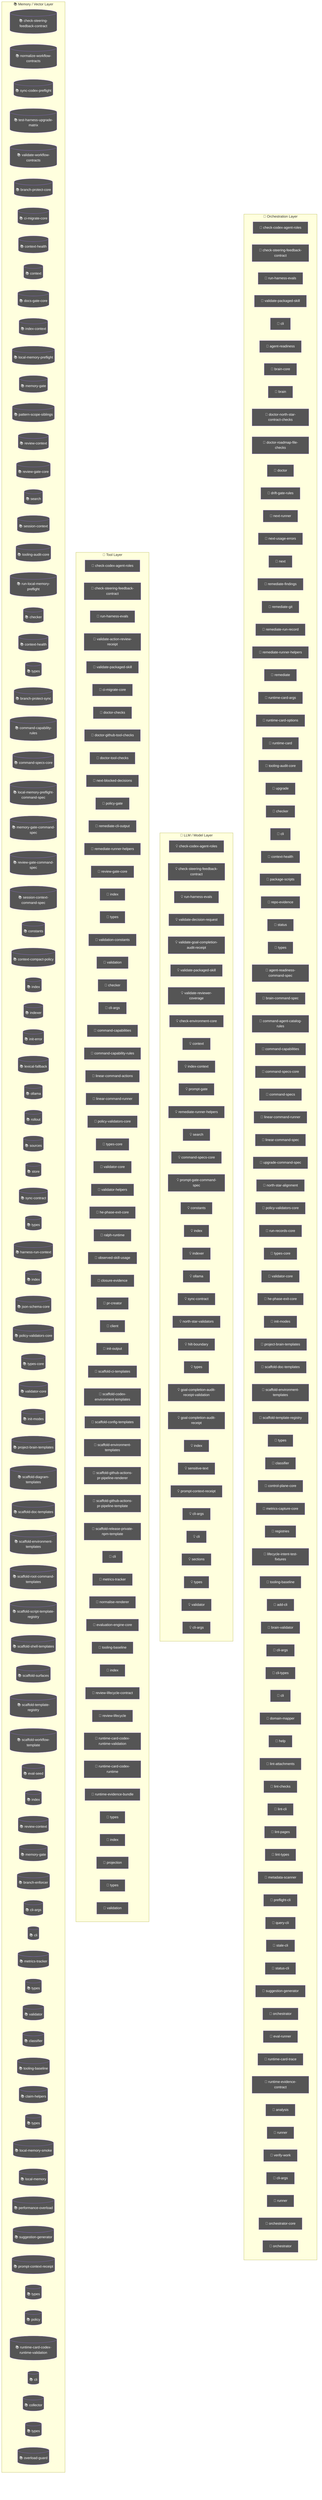
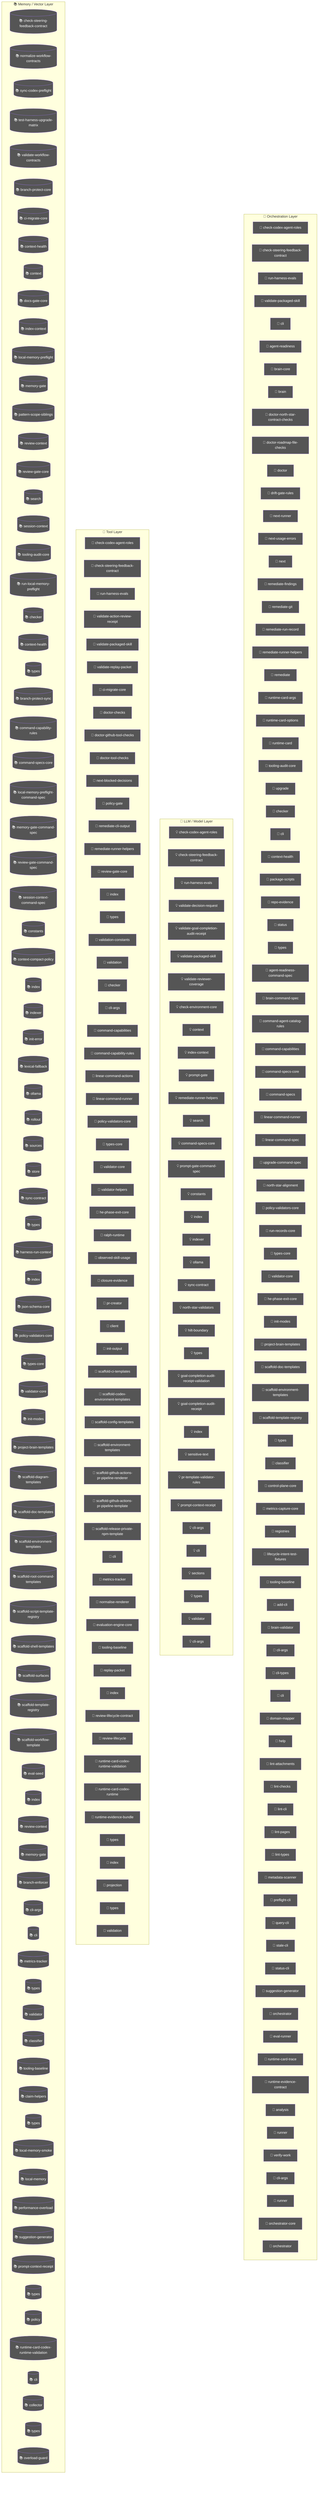
flowchart TD
  subgraph Orchestration["🎯 Orchestration Layer"]
    node_agent_mmd_orchestration_layer_orchestration_chec_7a9f0b64["🤖 check-codex-agent-roles"]
    node_agent_mmd_orchestration_layer_orchestration_chec_7fd47f5c["🤖 check-steering-feedback-contract"]
    node_agent_mmd_orchestration_layer_orchestration_run__18817957["🤖 run-harness-evals"]
    node_agent_mmd_orchestration_layer_orchestration_vali_c01b04be["🤖 validate-packaged-skill"]
    cli_99bb8840["🤖 cli"]
    agent_readiness_c82c68e6["🤖 agent-readiness"]
    brain_core_aa07c380["🤖 brain-core"]
    brain_bbbf7a64["🤖 brain"]
    doctor_north_star_contract_checks_0048124c["🤖 doctor-north-star-contract-checks"]
    doctor_roadmap_file_checks_14447b8e["🤖 doctor-roadmap-file-checks"]
    doctor_72f4be89["🤖 doctor"]
    drift_gate_rules_9685e72d["🤖 drift-gate-rules"]
    next_runner_41643472["🤖 next-runner"]
    next_usage_errors_837a345a["🤖 next-usage-errors"]
    next_c6c1c9a9["🤖 next"]
    remediate_findings_8b09c8c6["🤖 remediate-findings"]
    remediate_git_58c6f6f4["🤖 remediate-git"]
    remediate_run_record_9dfe5dc1["🤖 remediate-run-record"]
    node_agent_mmd_orchestration_layer_orchestration_reme_359fe98f["🤖 remediate-runner-helpers"]
    remediate_06b9c7fc["🤖 remediate"]
    runtime_card_args_2b3d4b28["🤖 runtime-card-args"]
    runtime_card_options_c9156ad5["🤖 runtime-card-options"]
    runtime_card_e06b53e1["🤖 runtime-card"]
    node_agent_mmd_orchestration_layer_orchestration_tool_acfe0c01["🤖 tooling-audit-core"]
    upgrade_7fef9479["🤖 upgrade"]
    node_agent_mmd_orchestration_layer_orchestration_chec_0550c395["🤖 checker"]
    cli_1_084e05fe["🤖 cli"]
    node_agent_mmd_orchestration_layer_orchestration_cont_61b3b9c9["🤖 context-health"]
    package_scripts_3ee6150f["🤖 package-scripts"]
    repo_evidence_38bb1de5["🤖 repo-evidence"]
    status_073c1634["🤖 status"]
    node_agent_mmd_orchestration_layer_orchestration_type_4f906dcc["🤖 types"]
    agent_readiness_command_spec_a30c2c1e["🤖 agent-readiness-command-spec"]
    brain_command_spec_15b122d5["🤖 brain-command-spec"]
    command_agent_catalog_rules_8e06b2af["🤖 command-agent-catalog-rules"]
    node_agent_mmd_orchestration_layer_orchestration_comm_6e41a7f7["🤖 command-capabilities"]
    node_agent_mmd_orchestration_layer_orchestration_comm_1f8cc24c["🤖 command-specs-core"]
    command_specs_69167c63["🤖 command-specs"]
    node_agent_mmd_orchestration_layer_orchestration_line_b67affd5["🤖 linear-command-runner"]
    linear_command_spec_1e12dd44["🤖 linear-command-spec"]
    upgrade_command_spec_03f6c7bd["🤖 upgrade-command-spec"]
    north_star_alignment_00440188["🤖 north-star-alignment"]
    node_agent_mmd_orchestration_layer_orchestration_poli_3270b55d["🤖 policy-validators-core"]
    run_records_core_89286dfa["🤖 run-records-core"]
    node_agent_mmd_orchestration_layer_orchestration_type_7cf81261["🤖 types-core"]
    node_agent_mmd_orchestration_layer_orchestration_vali_d9fe99e6["🤖 validator-core"]
    node_agent_mmd_orchestration_layer_orchestration_he_p_fc778c24["🤖 he-phase-exit-core"]
    node_agent_mmd_orchestration_layer_orchestration_init_2a9c3ecb["🤖 init-modes"]
    node_agent_mmd_orchestration_layer_orchestration_proj_6ab6f60f["🤖 project-brain-templates"]
    node_agent_mmd_orchestration_layer_orchestration_scaf_12cc07db["🤖 scaffold-doc-templates"]
    node_agent_mmd_orchestration_layer_orchestration_scaf_c9a90c2f["🤖 scaffold-environment-templates"]
    node_agent_mmd_orchestration_layer_orchestration_scaf_ff8f92f6["🤖 scaffold-template-registry"]
    types_15_86775c96["🤖 types"]
    node_agent_mmd_orchestration_layer_orchestration_clas_899b821a["🤖 classifier"]
    control_plane_core_db3b4cb2["🤖 control-plane-core"]
    metrics_capture_core_db4bf7cf["🤖 metrics-capture-core"]
    registries_06402afa["🤖 registries"]
    lifecycle_intent_test_fixtures_a53c7ada["🤖 lifecycle-intent-test-fixtures"]
    node_agent_mmd_orchestration_layer_orchestration_tool_cc43149f["🤖 tooling-baseline"]
    add_cli_7614de25["🤖 add-cli"]
    brain_validator_be251832["🤖 brain-validator"]
    cli_args_8_d546936e["🤖 cli-args"]
    cli_types_1686e858["🤖 cli-types"]
    cli_9_b54c1407["🤖 cli"]
    domain_mapper_cd9333d2["🤖 domain-mapper"]
    help_106a5842["🤖 help"]
    lint_attachments_873c0632["🤖 lint-attachments"]
    lint_checks_83522b19["🤖 lint-checks"]
    lint_cli_9ec62ec0["🤖 lint-cli"]
    lint_pages_e33301d0["🤖 lint-pages"]
    lint_types_2862c255["🤖 lint-types"]
    metadata_scanner_6a101b66["🤖 metadata-scanner"]
    preflight_cli_5d148379["🤖 preflight-cli"]
    query_cli_b95be64d["🤖 query-cli"]
    stale_cli_64548720["🤖 stale-cli"]
    status_cli_4c24a0d6["🤖 status-cli"]
    node_agent_mmd_orchestration_layer_orchestration_sugg_85c5ebe3["🤖 suggestion-generator"]
    orchestrator_11376b7e["🤖 orchestrator"]
    eval_runner_0966a6b3["🤖 eval-runner"]
    runtime_card_trace_64a5ca95["🤖 runtime-card-trace"]
    runtime_evidence_contract_0f7b15b2["🤖 runtime-evidence-contract"]
    analysis_f44e85c4["🤖 analysis"]
    runner_527aa9f4["🤖 runner"]
    verify_work_1_cd8e7ec3["🤖 verify-work"]
    cli_args_14_3481043e["🤖 cli-args"]
    runner_1_6f281bf8["🤖 runner"]
    orchestrator_core_d0678b53["🤖 orchestrator-core"]
    orchestrator_1_6b7137c5["🤖 orchestrator"]
  end
  subgraph LLMLayer["🧠 LLM / Model Layer"]
    node_agent_mmd_llm_model_layer_llmlayer_check_codex_a_29e7b7fa["💡 check-codex-agent-roles"]
    node_agent_mmd_llm_model_layer_llmlayer_check_steerin_0e1bf90d["💡 check-steering-feedback-contract"]
    node_agent_mmd_llm_model_layer_llmlayer_run_harness_e_603fcfdc["💡 run-harness-evals"]
    validate_decision_request_2e5c325e["💡 validate-decision-request"]
    validate_goal_completion_audit_receipt_100d252c["💡 validate-goal-completion-audit-receipt"]
    node_agent_mmd_llm_model_layer_llmlayer_validate_pack_2a12e1f4["💡 validate-packaged-skill"]
    validate_reviewer_coverage_251efee3["💡 validate-reviewer-coverage"]
    check_environment_core_2c16213f["💡 check-environment-core"]
    node_agent_mmd_llm_model_layer_llmlayer_context_conte_ad2dfbd9["💡 context"]
    node_agent_mmd_llm_model_layer_llmlayer_index_context_1041bd11["💡 index-context"]
    prompt_gate_c5e9d207["💡 prompt-gate"]
    node_agent_mmd_llm_model_layer_llmlayer_remediate_run_9e3d4585["💡 remediate-runner-helpers"]
    node_agent_mmd_llm_model_layer_llmlayer_search_search_66b9a911["💡 search"]
    node_agent_mmd_llm_model_layer_llmlayer_command_specs_782af9fa["💡 command-specs-core"]
    prompt_gate_command_spec_9a941482["💡 prompt-gate-command-spec"]
    node_agent_mmd_llm_model_layer_llmlayer_constants_con_c9bd3f6c["💡 constants"]
    node_agent_mmd_llm_model_layer_llmlayer_index_index_1_02e160ff["💡 index"]
    node_agent_mmd_llm_model_layer_llmlayer_indexer_index_4f4deef5["💡 indexer"]
    node_agent_mmd_llm_model_layer_llmlayer_ollama_ollama_968b23fa["💡 ollama"]
    node_agent_mmd_llm_model_layer_llmlayer_sync_contract_9f3cc8c1["💡 sync-contract"]
    north_star_validators_cfc926ce["💡 north-star-validators"]
    hilt_boundary_9b36fb15["💡 hilt-boundary"]
    types_9_1db4641f["💡 types"]
    goal_completion_audit_receipt_validation_9d0f4891["💡 goal-completion-audit-receipt-validation"]
    goal_completion_audit_receipt_5e4939c3["💡 goal-completion-audit-receipt"]
    index_4_013aa0e3["💡 index"]
    sensitive_text_7c11f760["💡 sensitive-text"]
+     pr_template_validator_rules_20a32d6b["💡 pr-template-validator-rules"]
    node_agent_mmd_llm_model_layer_llmlayer_index_index_1_02e160ff["💡 index"]
    node_agent_mmd_llm_model_layer_llmlayer_prompt_contex_6426acc2["💡 prompt-context-receipt"]
    cli_args_9_9c136878["💡 cli-args"]
    cli_10_35dc8cbd["💡 cli"]
    sections_4697ef32["💡 sections"]
    types_25_89d086aa["💡 types"]
    validator_6_3688adbf["💡 validator"]
    cli_args_10_861cdd3f["💡 cli-args"]
  end
  subgraph ToolLayer["🔧 Tool Layer"]
    node_agent_mmd_tool_layer_toollayer_check_codex_agent_4b361d5a["🔧 check-codex-agent-roles"]
    node_agent_mmd_tool_layer_toollayer_check_steering_fe_eafecf3a["🔧 check-steering-feedback-contract"]
    node_agent_mmd_tool_layer_toollayer_run_harness_evals_e2ee24f1["🔧 run-harness-evals"]
    validate_action_review_receipt_fa2f06c3["🔧 validate-action-review-receipt"]
    node_agent_mmd_tool_layer_toollayer_validate_packaged_2855c827["🔧 validate-packaged-skill"]
+     validate_replay_packet_f309747e["🔧 validate-replay-packet"]
    node_agent_mmd_tool_layer_toollayer_ci_migrate_core_c_049f8460["🔧 ci-migrate-core"]
    doctor_checks_5a2eb2b9["🔧 doctor-checks"]
    doctor_github_tool_checks_a53b0382["🔧 doctor-github-tool-checks"]
    doctor_tool_checks_4acac51a["🔧 doctor-tool-checks"]
    next_blocked_decisions_4140ad2b["🔧 next-blocked-decisions"]
    policy_gate_213f7313["🔧 policy-gate"]
    remediate_cli_output_cc165396["🔧 remediate-cli-output"]
    node_agent_mmd_tool_layer_toollayer_remediate_runner__c003b871["🔧 remediate-runner-helpers"]
    node_agent_mmd_tool_layer_toollayer_review_gate_core__7704598b["🔧 review-gate-core"]
    index_1bc04b52["🔧 index"]
    types_1_4ecdf56e["🔧 types"]
    validation_constants_e002a0f6["🔧 validation-constants"]
    validation_98c41dcd["🔧 validation"]
    node_agent_mmd_tool_layer_toollayer_checker_checker_2_453d593b["🔧 checker"]
    cli_args_1_6144b055["🔧 cli-args"]
    node_agent_mmd_tool_layer_toollayer_command_capabilit_7fe13db1["🔧 command-capabilities"]
    node_agent_mmd_tool_layer_toollayer_command_capabilit_e97a4615["🔧 command-capability-rules"]
    linear_command_actions_e430f4f4["🔧 linear-command-actions"]
    node_agent_mmd_tool_layer_toollayer_linear_command_ru_d6763748["🔧 linear-command-runner"]
    node_agent_mmd_tool_layer_toollayer_policy_validators_af136abf["🔧 policy-validators-core"]
    node_agent_mmd_tool_layer_toollayer_types_core_types__6c8319b6["🔧 types-core"]
    node_agent_mmd_tool_layer_toollayer_validator_core_va_6ef6131f["🔧 validator-core"]
    validator_helpers_7b927667["🔧 validator-helpers"]
    node_agent_mmd_tool_layer_toollayer_he_phase_exit_cor_af016160["🔧 he-phase-exit-core"]
    ralph_runtime_73d63c0e["🔧 ralph-runtime"]
    observed_skill_usage_ed7d5930["🔧 observed-skill-usage"]
    closure_evidence_aaa31467["🔧 closure-evidence"]
    pr_creator_dc6b1ea4["🔧 pr-creator"]
    client_948fe603["🔧 client"]
    init_output_360dce91["🔧 init-output"]
    scaffold_ci_templates_2afd6392["🔧 scaffold-ci-templates"]
    scaffold_codex_environment_templates_334fbbed["🔧 scaffold-codex-environment-templates"]
    scaffold_config_templates_4b80ce53["🔧 scaffold-config-templates"]
    node_agent_mmd_tool_layer_toollayer_scaffold_environm_c1afc013["🔧 scaffold-environment-templates"]
    scaffold_github_actions_pr_pipeline_renderer_1ee18de5["🔧 scaffold-github-actions-pr-pipeline-renderer"]
    scaffold_github_actions_pr_pipeline_template_e2b85f62["🔧 scaffold-github-actions-pr-pipeline-template"]
    scaffold_release_private_npm_template_075499f8["🔧 scaffold-release-private-npm-template"]
    node_agent_mmd_tool_layer_toollayer_cli_cli_2_1_32d9eeaf["🔧 cli"]
    node_agent_mmd_tool_layer_toollayer_metrics_tracker_m_4c9237d8["🔧 metrics-tracker"]
    normalise_renderer_85f2e563["🔧 normalise-renderer"]
    evaluation_engine_core_e054fe49["🔧 evaluation-engine-core"]
    node_agent_mmd_tool_layer_toollayer_tooling_baseline__61e66e9f["🔧 tooling-baseline"]
+     replay_packet_a1293f88["🔧 replay-packet"]
    index_11_ffcd5842["🔧 index"]
    review_lifecycle_contract_e5447221["🔧 review-lifecycle-contract"]
    review_lifecycle_89afa64c["🔧 review-lifecycle"]
    node_agent_mmd_tool_layer_toollayer_runtime_card_code_3636ceac["🔧 runtime-card-codex-runtime-validation"]
    runtime_card_codex_runtime_0655e230["🔧 runtime-card-codex-runtime"]
    runtime_evidence_bundle_d471a232["🔧 runtime-evidence-bundle"]
    types_34_85e6a0bb["🔧 types"]
    index_14_d982116c["🔧 index"]
    projection_1b250ea1["🔧 projection"]
    types_36_674380ec["🔧 types"]
    validation_6_097a7ce3["🔧 validation"]
  end
  subgraph MemoryLayer["📚 Memory / Vector Layer"]
    node_agent_mmd_memory_vector_layer_memorylayer_check__64c86928[("📚 check-steering-feedback-contract")]
    normalize_workflow_contracts_8701f1c8[("📚 normalize-workflow-contracts")]
    sync_codex_preflight_7e7a8dc2[("📚 sync-codex-preflight")]
    test_harness_upgrade_matrix_84113c4e[("📚 test-harness-upgrade-matrix")]
    validate_workflow_contracts_33dc063c[("📚 validate-workflow-contracts")]
    branch_protect_core_a8feb0fd[("📚 branch-protect-core")]
    node_agent_mmd_memory_vector_layer_memorylayer_ci_mig_0cd5b1a4[("📚 ci-migrate-core")]
    context_health_80bb7da9[("📚 context-health")]
    node_agent_mmd_memory_vector_layer_memorylayer_contex_78ceaaa9[("📚 context")]
    docs_gate_core_eb9b6c18[("📚 docs-gate-core")]
    node_agent_mmd_memory_vector_layer_memorylayer_index__6f3402d0[("📚 index-context")]
    local_memory_preflight_dcc36c42[("📚 local-memory-preflight")]
    memory_gate_a577a506[("📚 memory-gate")]
    pattern_scope_siblings_43abe000[("📚 pattern-scope-siblings")]
    review_context_ca6cf81d[("📚 review-context")]
    node_agent_mmd_memory_vector_layer_memorylayer_review_5bee9816[("📚 review-gate-core")]
    node_agent_mmd_memory_vector_layer_memorylayer_search_ac35cb7e[("📚 search")]
    session_context_e5ec72c0[("📚 session-context")]
    node_agent_mmd_memory_vector_layer_memorylayer_toolin_a1185b8f[("📚 tooling-audit-core")]
    run_local_memory_preflight_36e92808[("📚 run-local-memory-preflight")]
    node_agent_mmd_memory_vector_layer_memorylayer_checke_a583eb4f[("📚 checker")]
    node_agent_mmd_memory_vector_layer_memorylayer_contex_fe0865d6[("📚 context-health")]
    node_agent_mmd_memory_vector_layer_memorylayer_types__9ad640a0[("📚 types")]
    branch_protect_sync_570adb18[("📚 branch-protect-sync")]
    node_agent_mmd_memory_vector_layer_memorylayer_comman_c72a5d05[("📚 command-capability-rules")]
    node_agent_mmd_memory_vector_layer_memorylayer_comman_111eb454[("📚 command-specs-core")]
    local_memory_preflight_command_spec_9e23f3ce[("📚 local-memory-preflight-command-spec")]
    memory_gate_command_spec_dc9001a9[("📚 memory-gate-command-spec")]
    review_gate_command_spec_3187376a[("📚 review-gate-command-spec")]
    session_context_command_spec_973afbb1[("📚 session-context-command-spec")]
    node_agent_mmd_memory_vector_layer_memorylayer_consta_702d3f46[("📚 constants")]
    context_compact_policy_3dcaf95d[("📚 context-compact-policy")]
    node_agent_mmd_memory_vector_layer_memorylayer_index__752bc61e[("📚 index")]
    node_agent_mmd_memory_vector_layer_memorylayer_indexe_93e6d86f[("📚 indexer")]
    init_error_5c7dd49f[("📚 init-error")]
    lexical_fallback_723e2b3e[("📚 lexical-fallback")]
    node_agent_mmd_memory_vector_layer_memorylayer_ollama_6d51be16[("📚 ollama")]
    rollout_a4fa034c[("📚 rollout")]
    sources_878a52fc[("📚 sources")]
    store_824d80d7[("📚 store")]
    node_agent_mmd_memory_vector_layer_memorylayer_sync_c_e43418bc[("📚 sync-contract")]
    types_7_2f1ed65e[("📚 types")]
    harness_run_context_ac7c77a9[("📚 harness-run-context")]
    index_3_7e40d474[("📚 index")]
    json_schema_core_96d7e328[("📚 json-schema-core")]
    node_agent_mmd_memory_vector_layer_memorylayer_policy_1944de42[("📚 policy-validators-core")]
    node_agent_mmd_memory_vector_layer_memorylayer_types__83f369fa[("📚 types-core")]
    node_agent_mmd_memory_vector_layer_memorylayer_valida_41034356[("📚 validator-core")]
    node_agent_mmd_memory_vector_layer_memorylayer_init_m_333d02c5[("📚 init-modes")]
    node_agent_mmd_memory_vector_layer_memorylayer_projec_3ae304d9[("📚 project-brain-templates")]
    scaffold_diagram_templates_dd88e83c[("📚 scaffold-diagram-templates")]
    node_agent_mmd_memory_vector_layer_memorylayer_scaffo_5fd73b94[("📚 scaffold-doc-templates")]
    node_agent_mmd_memory_vector_layer_memorylayer_scaffo_12b42341[("📚 scaffold-environment-templates")]
    scaffold_root_command_templates_404fed7f[("📚 scaffold-root-command-templates")]
    scaffold_script_template_registry_69312d4e[("📚 scaffold-script-template-registry")]
    scaffold_shell_templates_0ad0f915[("📚 scaffold-shell-templates")]
    scaffold_surfaces_12d6494e[("📚 scaffold-surfaces")]
    node_agent_mmd_memory_vector_layer_memorylayer_scaffo_a86eece1[("📚 scaffold-template-registry")]
    scaffold_workflow_template_92310587[("📚 scaffold-workflow-template")]
    eval_seed_5699fd3e[("📚 eval-seed")]
    index_8_6f0f20ec[("📚 index")]
    review_context_1_e3afed15[("📚 review-context")]
    memory_gate_1_265164ac[("📚 memory-gate")]
    branch_enforcer_acb749cd[("📚 branch-enforcer")]
    cli_args_5_09ea29f0[("📚 cli-args")]
    node_agent_mmd_memory_vector_layer_memorylayer_cli_cl_1f1f89ab[("📚 cli")]
    node_agent_mmd_memory_vector_layer_memorylayer_metric_12562178[("📚 metrics-tracker")]
    types_17_ed30531c[("📚 types")]
    validator_4_5180cf23[("📚 validator")]
    node_agent_mmd_memory_vector_layer_memorylayer_classi_1ebbf5ff[("📚 classifier")]
    node_agent_mmd_memory_vector_layer_memorylayer_toolin_14f86b00[("📚 tooling-baseline")]
    claim_helpers_20dc8387[("📚 claim-helpers")]
    types_22_f3cf4a73[("📚 types")]
    local_memory_smoke_1175abfc[("📚 local-memory-smoke")]
    local_memory_0db17ecc[("📚 local-memory")]
    performance_overload_c685bfcf[("📚 performance-overload")]
    node_agent_mmd_memory_vector_layer_memorylayer_sugges_267f408d[("📚 suggestion-generator")]
    node_agent_mmd_memory_vector_layer_memorylayer_index__752bc61e[("📚 index")]
    node_agent_mmd_memory_vector_layer_memorylayer_prompt_55c0d605[("📚 prompt-context-receipt")]
    types_29_929d5a70[("📚 types")]
    policy_1_fc4198db[("📚 policy")]
    node_agent_mmd_memory_vector_layer_memorylayer_runtim_a5d23e7f[("📚 runtime-card-codex-runtime-validation")]
    cli_11_338a8415[("📚 cli")]
    collector_0736fd5b[("📚 collector")]
    types_32_bfe791ff[("📚 types")]
    overload_guard_2748c559[("📚 overload-guard")]
  end
  classDef agentNode fill:#555,color:#fff
  class node_agent_mmd_orchestration_layer_orchestration_chec_7a9f0b64,node_agent_mmd_llm_model_layer_llmlayer_check_codex_a_29e7b7fa,node_agent_mmd_tool_layer_toollayer_check_codex_agent_4b361d5a,node_agent_mmd_orchestration_layer_orchestration_chec_7fd47f5c,node_agent_mmd_llm_model_layer_llmlayer_check_steerin_0e1bf90d,node_agent_mmd_tool_layer_toollayer_check_steering_fe_eafecf3a,node_agent_mmd_memory_vector_layer_memorylayer_check__64c86928,node_agent_mmd_orchestration_layer_orchestration_run__18817957,node_agent_mmd_llm_model_layer_llmlayer_run_harness_e_603fcfdc,node_agent_mmd_tool_layer_toollayer_run_harness_evals_e2ee24f1,node_agent_mmd_orchestration_layer_orchestration_vali_c01b04be,node_agent_mmd_llm_model_layer_llmlayer_validate_pack_2a12e1f4,node_agent_mmd_tool_layer_toollayer_validate_packaged_2855c827,cli_99bb8840,agent_readiness_c82c68e6,brain_core_aa07c380,brain_bbbf7a64,doctor_north_star_contract_checks_0048124c,doctor_roadmap_file_checks_14447b8e,doctor_72f4be89,drift_gate_rules_9685e72d,next_runner_41643472,next_usage_errors_837a345a,next_c6c1c9a9,remediate_findings_8b09c8c6,remediate_git_58c6f6f4,remediate_run_record_9dfe5dc1,node_agent_mmd_orchestration_layer_orchestration_reme_359fe98f,node_agent_mmd_llm_model_layer_llmlayer_remediate_run_9e3d4585,node_agent_mmd_tool_layer_toollayer_remediate_runner__c003b871,remediate_06b9c7fc,runtime_card_args_2b3d4b28,runtime_card_options_c9156ad5,runtime_card_e06b53e1,node_agent_mmd_orchestration_layer_orchestration_tool_acfe0c01,node_agent_mmd_memory_vector_layer_memorylayer_toolin_a1185b8f,upgrade_7fef9479,node_agent_mmd_orchestration_layer_orchestration_chec_0550c395,node_agent_mmd_tool_layer_toollayer_checker_checker_2_453d593b,node_agent_mmd_memory_vector_layer_memorylayer_checke_a583eb4f,cli_1_084e05fe,node_agent_mmd_orchestration_layer_orchestration_cont_61b3b9c9,node_agent_mmd_memory_vector_layer_memorylayer_contex_fe0865d6,package_scripts_3ee6150f,repo_evidence_38bb1de5,status_073c1634,node_agent_mmd_orchestration_layer_orchestration_type_4f906dcc,node_agent_mmd_memory_vector_layer_memorylayer_types__9ad640a0,agent_readiness_command_spec_a30c2c1e,brain_command_spec_15b122d5,command_agent_catalog_rules_8e06b2af,node_agent_mmd_orchestration_layer_orchestration_comm_6e41a7f7,node_agent_mmd_tool_layer_toollayer_command_capabilit_7fe13db1,node_agent_mmd_orchestration_layer_orchestration_comm_1f8cc24c,node_agent_mmd_llm_model_layer_llmlayer_command_specs_782af9fa,node_agent_mmd_memory_vector_layer_memorylayer_comman_111eb454,command_specs_69167c63,node_agent_mmd_orchestration_layer_orchestration_line_b67affd5,node_agent_mmd_tool_layer_toollayer_linear_command_ru_d6763748,linear_command_spec_1e12dd44,upgrade_command_spec_03f6c7bd,north_star_alignment_00440188,node_agent_mmd_orchestration_layer_orchestration_poli_3270b55d,node_agent_mmd_tool_layer_toollayer_policy_validators_af136abf,node_agent_mmd_memory_vector_layer_memorylayer_policy_1944de42,run_records_core_89286dfa,node_agent_mmd_orchestration_layer_orchestration_type_7cf81261,node_agent_mmd_tool_layer_toollayer_types_core_types__6c8319b6,node_agent_mmd_memory_vector_layer_memorylayer_types__83f369fa,node_agent_mmd_orchestration_layer_orchestration_vali_d9fe99e6,node_agent_mmd_tool_layer_toollayer_validator_core_va_6ef6131f,node_agent_mmd_memory_vector_layer_memorylayer_valida_41034356,node_agent_mmd_orchestration_layer_orchestration_he_p_fc778c24,node_agent_mmd_tool_layer_toollayer_he_phase_exit_cor_af016160,node_agent_mmd_orchestration_layer_orchestration_init_2a9c3ecb,node_agent_mmd_memory_vector_layer_memorylayer_init_m_333d02c5,node_agent_mmd_orchestration_layer_orchestration_proj_6ab6f60f,node_agent_mmd_memory_vector_layer_memorylayer_projec_3ae304d9,node_agent_mmd_orchestration_layer_orchestration_scaf_12cc07db,node_agent_mmd_memory_vector_layer_memorylayer_scaffo_5fd73b94,node_agent_mmd_orchestration_layer_orchestration_scaf_c9a90c2f,node_agent_mmd_tool_layer_toollayer_scaffold_environm_c1afc013,node_agent_mmd_memory_vector_layer_memorylayer_scaffo_12b42341,node_agent_mmd_orchestration_layer_orchestration_scaf_ff8f92f6,node_agent_mmd_memory_vector_layer_memorylayer_scaffo_a86eece1,types_15_86775c96,node_agent_mmd_orchestration_layer_orchestration_clas_899b821a,node_agent_mmd_memory_vector_layer_memorylayer_classi_1ebbf5ff,control_plane_core_db3b4cb2,metrics_capture_core_db4bf7cf,registries_06402afa,lifecycle_intent_test_fixtures_a53c7ada,node_agent_mmd_orchestration_layer_orchestration_tool_cc43149f,node_agent_mmd_tool_layer_toollayer_tooling_baseline__61e66e9f,node_agent_mmd_memory_vector_layer_memorylayer_toolin_14f86b00,add_cli_7614de25,brain_validator_be251832,cli_args_8_d546936e,cli_types_1686e858,cli_9_b54c1407,domain_mapper_cd9333d2,help_106a5842,lint_attachments_873c0632,lint_checks_83522b19,lint_cli_9ec62ec0,lint_pages_e33301d0,lint_types_2862c255,metadata_scanner_6a101b66,preflight_cli_5d148379,query_cli_b95be64d,stale_cli_64548720,status_cli_4c24a0d6,node_agent_mmd_orchestration_layer_orchestration_sugg_85c5ebe3,node_agent_mmd_memory_vector_layer_memorylayer_sugges_267f408d,orchestrator_11376b7e,eval_runner_0966a6b3,runtime_card_trace_64a5ca95,runtime_evidence_contract_0f7b15b2,analysis_f44e85c4,runner_527aa9f4,verify_work_1_cd8e7ec3,cli_args_14_3481043e,runner_1_6f281bf8,orchestrator_core_d0678b53,orchestrator_1_6b7137c5 agentNode
  classDef llmNode fill:#555,color:#fff
-   class node_agent_mmd_orchestration_layer_orchestration_chec_7a9f0b64,node_agent_mmd_llm_model_layer_llmlayer_check_codex_a_29e7b7fa,node_agent_mmd_tool_layer_toollayer_check_codex_agent_4b361d5a,node_agent_mmd_orchestration_layer_orchestration_chec_7fd47f5c,node_agent_mmd_llm_model_layer_llmlayer_check_steerin_0e1bf90d,node_agent_mmd_tool_layer_toollayer_check_steering_fe_eafecf3a,node_agent_mmd_memory_vector_layer_memorylayer_check__64c86928,node_agent_mmd_orchestration_layer_orchestration_run__18817957,node_agent_mmd_llm_model_layer_llmlayer_run_harness_e_603fcfdc,node_agent_mmd_tool_layer_toollayer_run_harness_evals_e2ee24f1,validate_decision_request_2e5c325e,validate_goal_completion_audit_receipt_100d252c,node_agent_mmd_orchestration_layer_orchestration_vali_c01b04be,node_agent_mmd_llm_model_layer_llmlayer_validate_pack_2a12e1f4,node_agent_mmd_tool_layer_toollayer_validate_packaged_2855c827,validate_reviewer_coverage_251efee3,check_environment_core_2c16213f,node_agent_mmd_llm_model_layer_llmlayer_context_conte_ad2dfbd9,node_agent_mmd_memory_vector_layer_memorylayer_contex_78ceaaa9,node_agent_mmd_llm_model_layer_llmlayer_index_context_1041bd11,node_agent_mmd_memory_vector_layer_memorylayer_index__6f3402d0,prompt_gate_c5e9d207,node_agent_mmd_orchestration_layer_orchestration_reme_359fe98f,node_agent_mmd_llm_model_layer_llmlayer_remediate_run_9e3d4585,node_agent_mmd_tool_layer_toollayer_remediate_runner__c003b871,node_agent_mmd_llm_model_layer_llmlayer_search_search_66b9a911,node_agent_mmd_memory_vector_layer_memorylayer_search_ac35cb7e,node_agent_mmd_orchestration_layer_orchestration_comm_1f8cc24c,node_agent_mmd_llm_model_layer_llmlayer_command_specs_782af9fa,node_agent_mmd_memory_vector_layer_memorylayer_comman_111eb454,prompt_gate_command_spec_9a941482,node_agent_mmd_llm_model_layer_llmlayer_constants_con_c9bd3f6c,node_agent_mmd_memory_vector_layer_memorylayer_consta_702d3f46,node_agent_mmd_llm_model_layer_llmlayer_index_index_1_02e160ff,node_agent_mmd_memory_vector_layer_memorylayer_index__752bc61e,node_agent_mmd_llm_model_layer_llmlayer_indexer_index_4f4deef5,node_agent_mmd_memory_vector_layer_memorylayer_indexe_93e6d86f,node_agent_mmd_llm_model_layer_llmlayer_ollama_ollama_968b23fa,node_agent_mmd_memory_vector_layer_memorylayer_ollama_6d51be16,node_agent_mmd_llm_model_layer_llmlayer_sync_contract_9f3cc8c1,node_agent_mmd_memory_vector_layer_memorylayer_sync_c_e43418bc,north_star_validators_cfc926ce,hilt_boundary_9b36fb15,types_9_1db4641f,goal_completion_audit_receipt_validation_9d0f4891,goal_completion_audit_receipt_5e4939c3,index_4_013aa0e3,sensitive_text_7c11f760,node_agent_mmd_llm_model_layer_llmlayer_prompt_contex_6426acc2,node_agent_mmd_memory_vector_layer_memorylayer_prompt_55c0d605,cli_args_9_9c136878,cli_10_35dc8cbd,sections_4697ef32,types_25_89d086aa,validator_6_3688adbf,cli_args_10_861cdd3f llmNode
+   class node_agent_mmd_orchestration_layer_orchestration_chec_7a9f0b64,node_agent_mmd_llm_model_layer_llmlayer_check_codex_a_29e7b7fa,node_agent_mmd_tool_layer_toollayer_check_codex_agent_4b361d5a,node_agent_mmd_orchestration_layer_orchestration_chec_7fd47f5c,node_agent_mmd_llm_model_layer_llmlayer_check_steerin_0e1bf90d,node_agent_mmd_tool_layer_toollayer_check_steering_fe_eafecf3a,node_agent_mmd_memory_vector_layer_memorylayer_check__64c86928,node_agent_mmd_orchestration_layer_orchestration_run__18817957,node_agent_mmd_llm_model_layer_llmlayer_run_harness_e_603fcfdc,node_agent_mmd_tool_layer_toollayer_run_harness_evals_e2ee24f1,validate_decision_request_2e5c325e,validate_goal_completion_audit_receipt_100d252c,node_agent_mmd_orchestration_layer_orchestration_vali_c01b04be,node_agent_mmd_llm_model_layer_llmlayer_validate_pack_2a12e1f4,node_agent_mmd_tool_layer_toollayer_validate_packaged_2855c827,validate_reviewer_coverage_251efee3,check_environment_core_2c16213f,node_agent_mmd_llm_model_layer_llmlayer_context_conte_ad2dfbd9,node_agent_mmd_memory_vector_layer_memorylayer_contex_78ceaaa9,node_agent_mmd_llm_model_layer_llmlayer_index_context_1041bd11,node_agent_mmd_memory_vector_layer_memorylayer_index__6f3402d0,prompt_gate_c5e9d207,node_agent_mmd_orchestration_layer_orchestration_reme_359fe98f,node_agent_mmd_llm_model_layer_llmlayer_remediate_run_9e3d4585,node_agent_mmd_tool_layer_toollayer_remediate_runner__c003b871,node_agent_mmd_llm_model_layer_llmlayer_search_search_66b9a911,node_agent_mmd_memory_vector_layer_memorylayer_search_ac35cb7e,node_agent_mmd_orchestration_layer_orchestration_comm_1f8cc24c,node_agent_mmd_llm_model_layer_llmlayer_command_specs_782af9fa,node_agent_mmd_memory_vector_layer_memorylayer_comman_111eb454,prompt_gate_command_spec_9a941482,node_agent_mmd_llm_model_layer_llmlayer_constants_con_c9bd3f6c,node_agent_mmd_memory_vector_layer_memorylayer_consta_702d3f46,node_agent_mmd_llm_model_layer_llmlayer_index_index_1_02e160ff,node_agent_mmd_memory_vector_layer_memorylayer_index__752bc61e,node_agent_mmd_llm_model_layer_llmlayer_indexer_index_4f4deef5,node_agent_mmd_memory_vector_layer_memorylayer_indexe_93e6d86f,node_agent_mmd_llm_model_layer_llmlayer_ollama_ollama_968b23fa,node_agent_mmd_memory_vector_layer_memorylayer_ollama_6d51be16,node_agent_mmd_llm_model_layer_llmlayer_sync_contract_9f3cc8c1,node_agent_mmd_memory_vector_layer_memorylayer_sync_c_e43418bc,north_star_validators_cfc926ce,hilt_boundary_9b36fb15,types_9_1db4641f,goal_completion_audit_receipt_validation_9d0f4891,goal_completion_audit_receipt_5e4939c3,index_4_013aa0e3,sensitive_text_7c11f760,pr_template_validator_rules_20a32d6b,node_agent_mmd_llm_model_layer_llmlayer_prompt_contex_6426acc2,node_agent_mmd_memory_vector_layer_memorylayer_prompt_55c0d605,cli_args_9_9c136878,cli_10_35dc8cbd,sections_4697ef32,types_25_89d086aa,validator_6_3688adbf,cli_args_10_861cdd3f llmNode
  classDef toolNode fill:#555,color:#fff
-   class node_agent_mmd_orchestration_layer_orchestration_chec_7a9f0b64,node_agent_mmd_llm_model_layer_llmlayer_check_codex_a_29e7b7fa,node_agent_mmd_tool_layer_toollayer_check_codex_agent_4b361d5a,node_agent_mmd_orchestration_layer_orchestration_chec_7fd47f5c,node_agent_mmd_llm_model_layer_llmlayer_check_steerin_0e1bf90d,node_agent_mmd_tool_layer_toollayer_check_steering_fe_eafecf3a,node_agent_mmd_memory_vector_layer_memorylayer_check__64c86928,node_agent_mmd_orchestration_layer_orchestration_run__18817957,node_agent_mmd_llm_model_layer_llmlayer_run_harness_e_603fcfdc,node_agent_mmd_tool_layer_toollayer_run_harness_evals_e2ee24f1,validate_action_review_receipt_fa2f06c3,node_agent_mmd_orchestration_layer_orchestration_vali_c01b04be,node_agent_mmd_llm_model_layer_llmlayer_validate_pack_2a12e1f4,node_agent_mmd_tool_layer_toollayer_validate_packaged_2855c827,node_agent_mmd_tool_layer_toollayer_ci_migrate_core_c_049f8460,node_agent_mmd_memory_vector_layer_memorylayer_ci_mig_0cd5b1a4,doctor_checks_5a2eb2b9,doctor_github_tool_checks_a53b0382,doctor_tool_checks_4acac51a,next_blocked_decisions_4140ad2b,policy_gate_213f7313,remediate_cli_output_cc165396,node_agent_mmd_orchestration_layer_orchestration_reme_359fe98f,node_agent_mmd_llm_model_layer_llmlayer_remediate_run_9e3d4585,node_agent_mmd_tool_layer_toollayer_remediate_runner__c003b871,node_agent_mmd_tool_layer_toollayer_review_gate_core__7704598b,node_agent_mmd_memory_vector_layer_memorylayer_review_5bee9816,index_1bc04b52,types_1_4ecdf56e,validation_constants_e002a0f6,validation_98c41dcd,node_agent_mmd_orchestration_layer_orchestration_chec_0550c395,node_agent_mmd_tool_layer_toollayer_checker_checker_2_453d593b,node_agent_mmd_memory_vector_layer_memorylayer_checke_a583eb4f,cli_args_1_6144b055,node_agent_mmd_orchestration_layer_orchestration_comm_6e41a7f7,node_agent_mmd_tool_layer_toollayer_command_capabilit_7fe13db1,node_agent_mmd_tool_layer_toollayer_command_capabilit_e97a4615,node_agent_mmd_memory_vector_layer_memorylayer_comman_c72a5d05,linear_command_actions_e430f4f4,node_agent_mmd_orchestration_layer_orchestration_line_b67affd5,node_agent_mmd_tool_layer_toollayer_linear_command_ru_d6763748,node_agent_mmd_orchestration_layer_orchestration_poli_3270b55d,node_agent_mmd_tool_layer_toollayer_policy_validators_af136abf,node_agent_mmd_memory_vector_layer_memorylayer_policy_1944de42,node_agent_mmd_orchestration_layer_orchestration_type_7cf81261,node_agent_mmd_tool_layer_toollayer_types_core_types__6c8319b6,node_agent_mmd_memory_vector_layer_memorylayer_types__83f369fa,node_agent_mmd_orchestration_layer_orchestration_vali_d9fe99e6,node_agent_mmd_tool_layer_toollayer_validator_core_va_6ef6131f,node_agent_mmd_memory_vector_layer_memorylayer_valida_41034356,validator_helpers_7b927667,node_agent_mmd_orchestration_layer_orchestration_he_p_fc778c24,node_agent_mmd_tool_layer_toollayer_he_phase_exit_cor_af016160,ralph_runtime_73d63c0e,observed_skill_usage_ed7d5930,closure_evidence_aaa31467,pr_creator_dc6b1ea4,client_948fe603,init_output_360dce91,scaffold_ci_templates_2afd6392,scaffold_codex_environment_templates_334fbbed,scaffold_config_templates_4b80ce53,node_agent_mmd_orchestration_layer_orchestration_scaf_c9a90c2f,node_agent_mmd_tool_layer_toollayer_scaffold_environm_c1afc013,node_agent_mmd_memory_vector_layer_memorylayer_scaffo_12b42341,scaffold_github_actions_pr_pipeline_renderer_1ee18de5,scaffold_github_actions_pr_pipeline_template_e2b85f62,scaffold_release_private_npm_template_075499f8,node_agent_mmd_tool_layer_toollayer_cli_cli_2_1_32d9eeaf,node_agent_mmd_memory_vector_layer_memorylayer_cli_cl_1f1f89ab,node_agent_mmd_tool_layer_toollayer_metrics_tracker_m_4c9237d8,node_agent_mmd_memory_vector_layer_memorylayer_metric_12562178,normalise_renderer_85f2e563,evaluation_engine_core_e054fe49,node_agent_mmd_orchestration_layer_orchestration_tool_cc43149f,node_agent_mmd_tool_layer_toollayer_tooling_baseline__61e66e9f,node_agent_mmd_memory_vector_layer_memorylayer_toolin_14f86b00,index_11_ffcd5842,review_lifecycle_contract_e5447221,review_lifecycle_89afa64c,node_agent_mmd_tool_layer_toollayer_runtime_card_code_3636ceac,node_agent_mmd_memory_vector_layer_memorylayer_runtim_a5d23e7f,runtime_card_codex_runtime_0655e230,runtime_evidence_bundle_d471a232,types_34_85e6a0bb,index_14_d982116c,projection_1b250ea1,types_36_674380ec,validation_6_097a7ce3 toolNode
+   class node_agent_mmd_orchestration_layer_orchestration_chec_7a9f0b64,node_agent_mmd_llm_model_layer_llmlayer_check_codex_a_29e7b7fa,node_agent_mmd_tool_layer_toollayer_check_codex_agent_4b361d5a,node_agent_mmd_orchestration_layer_orchestration_chec_7fd47f5c,node_agent_mmd_llm_model_layer_llmlayer_check_steerin_0e1bf90d,node_agent_mmd_tool_layer_toollayer_check_steering_fe_eafecf3a,node_agent_mmd_memory_vector_layer_memorylayer_check__64c86928,node_agent_mmd_orchestration_layer_orchestration_run__18817957,node_agent_mmd_llm_model_layer_llmlayer_run_harness_e_603fcfdc,node_agent_mmd_tool_layer_toollayer_run_harness_evals_e2ee24f1,validate_action_review_receipt_fa2f06c3,node_agent_mmd_orchestration_layer_orchestration_vali_c01b04be,node_agent_mmd_llm_model_layer_llmlayer_validate_pack_2a12e1f4,node_agent_mmd_tool_layer_toollayer_validate_packaged_2855c827,validate_replay_packet_f309747e,node_agent_mmd_tool_layer_toollayer_ci_migrate_core_c_049f8460,node_agent_mmd_memory_vector_layer_memorylayer_ci_mig_0cd5b1a4,doctor_checks_5a2eb2b9,doctor_github_tool_checks_a53b0382,doctor_tool_checks_4acac51a,next_blocked_decisions_4140ad2b,policy_gate_213f7313,remediate_cli_output_cc165396,node_agent_mmd_orchestration_layer_orchestration_reme_359fe98f,node_agent_mmd_llm_model_layer_llmlayer_remediate_run_9e3d4585,node_agent_mmd_tool_layer_toollayer_remediate_runner__c003b871,node_agent_mmd_tool_layer_toollayer_review_gate_core__7704598b,node_agent_mmd_memory_vector_layer_memorylayer_review_5bee9816,index_1bc04b52,types_1_4ecdf56e,validation_constants_e002a0f6,validation_98c41dcd,node_agent_mmd_orchestration_layer_orchestration_chec_0550c395,node_agent_mmd_tool_layer_toollayer_checker_checker_2_453d593b,node_agent_mmd_memory_vector_layer_memorylayer_checke_a583eb4f,cli_args_1_6144b055,node_agent_mmd_orchestration_layer_orchestration_comm_6e41a7f7,node_agent_mmd_tool_layer_toollayer_command_capabilit_7fe13db1,node_agent_mmd_tool_layer_toollayer_command_capabilit_e97a4615,node_agent_mmd_memory_vector_layer_memorylayer_comman_c72a5d05,linear_command_actions_e430f4f4,node_agent_mmd_orchestration_layer_orchestration_line_b67affd5,node_agent_mmd_tool_layer_toollayer_linear_command_ru_d6763748,node_agent_mmd_orchestration_layer_orchestration_poli_3270b55d,node_agent_mmd_tool_layer_toollayer_policy_validators_af136abf,node_agent_mmd_memory_vector_layer_memorylayer_policy_1944de42,node_agent_mmd_orchestration_layer_orchestration_type_7cf81261,node_agent_mmd_tool_layer_toollayer_types_core_types__6c8319b6,node_agent_mmd_memory_vector_layer_memorylayer_types__83f369fa,node_agent_mmd_orchestration_layer_orchestration_vali_d9fe99e6,node_agent_mmd_tool_layer_toollayer_validator_core_va_6ef6131f,node_agent_mmd_memory_vector_layer_memorylayer_valida_41034356,validator_helpers_7b927667,node_agent_mmd_orchestration_layer_orchestration_he_p_fc778c24,node_agent_mmd_tool_layer_toollayer_he_phase_exit_cor_af016160,ralph_runtime_73d63c0e,observed_skill_usage_ed7d5930,closure_evidence_aaa31467,pr_creator_dc6b1ea4,client_948fe603,init_output_360dce91,scaffold_ci_templates_2afd6392,scaffold_codex_environment_templates_334fbbed,scaffold_config_templates_4b80ce53,node_agent_mmd_orchestration_layer_orchestration_scaf_c9a90c2f,node_agent_mmd_tool_layer_toollayer_scaffold_environm_c1afc013,node_agent_mmd_memory_vector_layer_memorylayer_scaffo_12b42341,scaffold_github_actions_pr_pipeline_renderer_1ee18de5,scaffold_github_actions_pr_pipeline_template_e2b85f62,scaffold_release_private_npm_template_075499f8,node_agent_mmd_tool_layer_toollayer_cli_cli_2_1_32d9eeaf,node_agent_mmd_memory_vector_layer_memorylayer_cli_cl_1f1f89ab,node_agent_mmd_tool_layer_toollayer_metrics_tracker_m_4c9237d8,node_agent_mmd_memory_vector_layer_memorylayer_metric_12562178,normalise_renderer_85f2e563,evaluation_engine_core_e054fe49,node_agent_mmd_orchestration_layer_orchestration_tool_cc43149f,node_agent_mmd_tool_layer_toollayer_tooling_baseline__61e66e9f,node_agent_mmd_memory_vector_layer_memorylayer_toolin_14f86b00,replay_packet_a1293f88,index_11_ffcd5842,review_lifecycle_contract_e5447221,review_lifecycle_89afa64c,node_agent_mmd_tool_layer_toollayer_runtime_card_code_3636ceac,node_agent_mmd_memory_vector_layer_memorylayer_runtim_a5d23e7f,runtime_card_codex_runtime_0655e230,runtime_evidence_bundle_d471a232,types_34_85e6a0bb,index_14_d982116c,projection_1b250ea1,types_36_674380ec,validation_6_097a7ce3 toolNode
  classDef memNode fill:#555,color:#fff
  class node_agent_mmd_orchestration_layer_orchestration_chec_7fd47f5c,node_agent_mmd_llm_model_layer_llmlayer_check_steerin_0e1bf90d,node_agent_mmd_tool_layer_toollayer_check_steering_fe_eafecf3a,node_agent_mmd_memory_vector_layer_memorylayer_check__64c86928,normalize_workflow_contracts_8701f1c8,sync_codex_preflight_7e7a8dc2,test_harness_upgrade_matrix_84113c4e,validate_workflow_contracts_33dc063c,branch_protect_core_a8feb0fd,node_agent_mmd_tool_layer_toollayer_ci_migrate_core_c_049f8460,node_agent_mmd_memory_vector_layer_memorylayer_ci_mig_0cd5b1a4,context_health_80bb7da9,node_agent_mmd_llm_model_layer_llmlayer_context_conte_ad2dfbd9,node_agent_mmd_memory_vector_layer_memorylayer_contex_78ceaaa9,docs_gate_core_eb9b6c18,node_agent_mmd_llm_model_layer_llmlayer_index_context_1041bd11,node_agent_mmd_memory_vector_layer_memorylayer_index__6f3402d0,local_memory_preflight_dcc36c42,memory_gate_a577a506,pattern_scope_siblings_43abe000,review_context_ca6cf81d,node_agent_mmd_tool_layer_toollayer_review_gate_core__7704598b,node_agent_mmd_memory_vector_layer_memorylayer_review_5bee9816,node_agent_mmd_llm_model_layer_llmlayer_search_search_66b9a911,node_agent_mmd_memory_vector_layer_memorylayer_search_ac35cb7e,session_context_e5ec72c0,node_agent_mmd_orchestration_layer_orchestration_tool_acfe0c01,node_agent_mmd_memory_vector_layer_memorylayer_toolin_a1185b8f,run_local_memory_preflight_36e92808,node_agent_mmd_orchestration_layer_orchestration_chec_0550c395,node_agent_mmd_tool_layer_toollayer_checker_checker_2_453d593b,node_agent_mmd_memory_vector_layer_memorylayer_checke_a583eb4f,node_agent_mmd_orchestration_layer_orchestration_cont_61b3b9c9,node_agent_mmd_memory_vector_layer_memorylayer_contex_fe0865d6,node_agent_mmd_orchestration_layer_orchestration_type_4f906dcc,node_agent_mmd_memory_vector_layer_memorylayer_types__9ad640a0,branch_protect_sync_570adb18,node_agent_mmd_tool_layer_toollayer_command_capabilit_e97a4615,node_agent_mmd_memory_vector_layer_memorylayer_comman_c72a5d05,node_agent_mmd_orchestration_layer_orchestration_comm_1f8cc24c,node_agent_mmd_llm_model_layer_llmlayer_command_specs_782af9fa,node_agent_mmd_memory_vector_layer_memorylayer_comman_111eb454,local_memory_preflight_command_spec_9e23f3ce,memory_gate_command_spec_dc9001a9,review_gate_command_spec_3187376a,session_context_command_spec_973afbb1,node_agent_mmd_llm_model_layer_llmlayer_constants_con_c9bd3f6c,node_agent_mmd_memory_vector_layer_memorylayer_consta_702d3f46,context_compact_policy_3dcaf95d,node_agent_mmd_llm_model_layer_llmlayer_index_index_1_02e160ff,node_agent_mmd_memory_vector_layer_memorylayer_index__752bc61e,node_agent_mmd_llm_model_layer_llmlayer_indexer_index_4f4deef5,node_agent_mmd_memory_vector_layer_memorylayer_indexe_93e6d86f,init_error_5c7dd49f,lexical_fallback_723e2b3e,node_agent_mmd_llm_model_layer_llmlayer_ollama_ollama_968b23fa,node_agent_mmd_memory_vector_layer_memorylayer_ollama_6d51be16,rollout_a4fa034c,sources_878a52fc,store_824d80d7,node_agent_mmd_llm_model_layer_llmlayer_sync_contract_9f3cc8c1,node_agent_mmd_memory_vector_layer_memorylayer_sync_c_e43418bc,types_7_2f1ed65e,harness_run_context_ac7c77a9,index_3_7e40d474,json_schema_core_96d7e328,node_agent_mmd_orchestration_layer_orchestration_poli_3270b55d,node_agent_mmd_tool_layer_toollayer_policy_validators_af136abf,node_agent_mmd_memory_vector_layer_memorylayer_policy_1944de42,node_agent_mmd_orchestration_layer_orchestration_type_7cf81261,node_agent_mmd_tool_layer_toollayer_types_core_types__6c8319b6,node_agent_mmd_memory_vector_layer_memorylayer_types__83f369fa,node_agent_mmd_orchestration_layer_orchestration_vali_d9fe99e6,node_agent_mmd_tool_layer_toollayer_validator_core_va_6ef6131f,node_agent_mmd_memory_vector_layer_memorylayer_valida_41034356,node_agent_mmd_orchestration_layer_orchestration_init_2a9c3ecb,node_agent_mmd_memory_vector_layer_memorylayer_init_m_333d02c5,node_agent_mmd_orchestration_layer_orchestration_proj_6ab6f60f,node_agent_mmd_memory_vector_layer_memorylayer_projec_3ae304d9,scaffold_diagram_templates_dd88e83c,node_agent_mmd_orchestration_layer_orchestration_scaf_12cc07db,node_agent_mmd_memory_vector_layer_memorylayer_scaffo_5fd73b94,node_agent_mmd_orchestration_layer_orchestration_scaf_c9a90c2f,node_agent_mmd_tool_layer_toollayer_scaffold_environm_c1afc013,node_agent_mmd_memory_vector_layer_memorylayer_scaffo_12b42341,scaffold_root_command_templates_404fed7f,scaffold_script_template_registry_69312d4e,scaffold_shell_templates_0ad0f915,scaffold_surfaces_12d6494e,node_agent_mmd_orchestration_layer_orchestration_scaf_ff8f92f6,node_agent_mmd_memory_vector_layer_memorylayer_scaffo_a86eece1,scaffold_workflow_template_92310587,eval_seed_5699fd3e,index_8_6f0f20ec,review_context_1_e3afed15,memory_gate_1_265164ac,branch_enforcer_acb749cd,cli_args_5_09ea29f0,node_agent_mmd_tool_layer_toollayer_cli_cli_2_1_32d9eeaf,node_agent_mmd_memory_vector_layer_memorylayer_cli_cl_1f1f89ab,node_agent_mmd_tool_layer_toollayer_metrics_tracker_m_4c9237d8,node_agent_mmd_memory_vector_layer_memorylayer_metric_12562178,types_17_ed30531c,validator_4_5180cf23,node_agent_mmd_orchestration_layer_orchestration_clas_899b821a,node_agent_mmd_memory_vector_layer_memorylayer_classi_1ebbf5ff,node_agent_mmd_orchestration_layer_orchestration_tool_cc43149f,node_agent_mmd_tool_layer_toollayer_tooling_baseline__61e66e9f,node_agent_mmd_memory_vector_layer_memorylayer_toolin_14f86b00,claim_helpers_20dc8387,types_22_f3cf4a73,local_memory_smoke_1175abfc,local_memory_0db17ecc,performance_overload_c685bfcf,node_agent_mmd_orchestration_layer_orchestration_sugg_85c5ebe3,node_agent_mmd_memory_vector_layer_memorylayer_sugges_267f408d,node_agent_mmd_llm_model_layer_llmlayer_prompt_contex_6426acc2,node_agent_mmd_memory_vector_layer_memorylayer_prompt_55c0d605,types_29_929d5a70,policy_1_fc4198db,node_agent_mmd_tool_layer_toollayer_runtime_card_code_3636ceac,node_agent_mmd_memory_vector_layer_memorylayer_runtim_a5d23e7f,cli_11_338a8415,collector_0736fd5b,types_32_bfe791ff,overload_guard_2748c559 memNode
